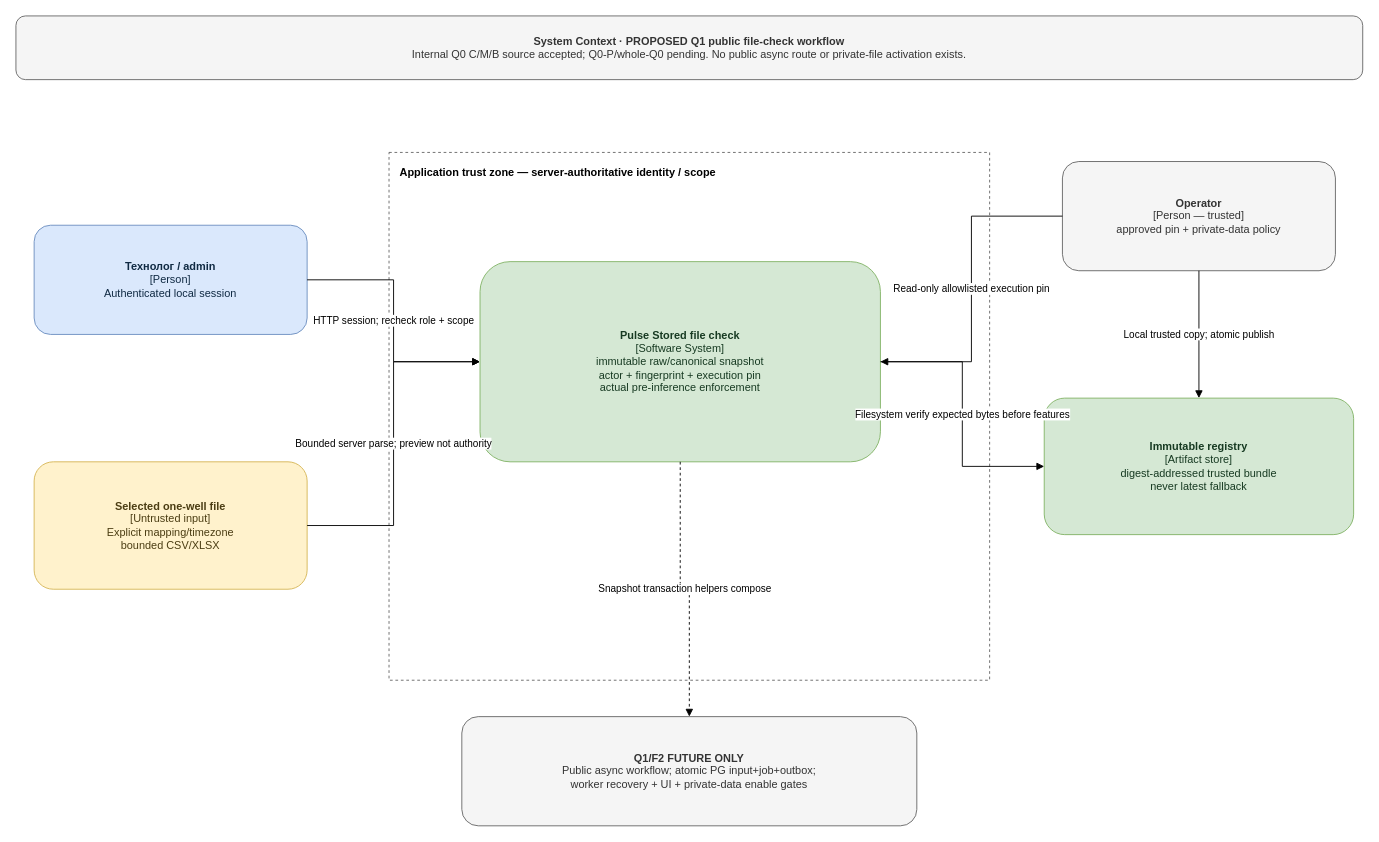
Earlier version of the draw.io diagram page "C1 Proposed — Q1 public workflow" (3 of 6) of docs/q0-artifact-pinning.drawio (effitech-pulse/pulse-backend). Source tidied: cells renumbered, new cells numbered last; positions are measured from the earlier drawing's top-left corner, leaving out a move shared by most shapes. Both pictures are drawn from the tidied source at 91%, with x=0, y=0 at pixel (15, 15).
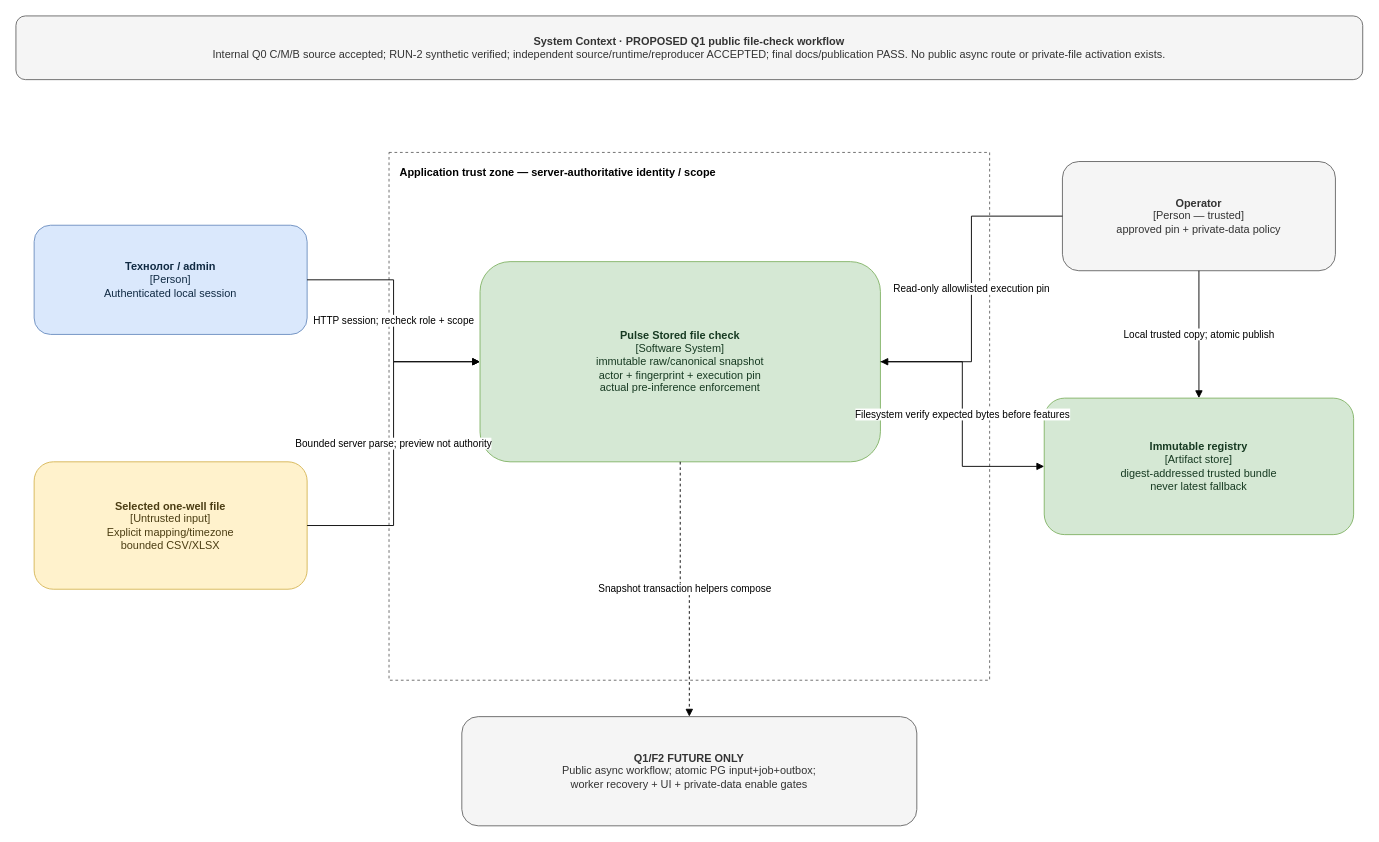
After the change.

What changed in the source:
```diff
@@
 <mxGraphModel>
   <root>
     <mxCell id="0" />
     <mxCell id="1" parent="0" />
-    <mxCell id="2" value="&lt;b&gt;System Context · PROPOSED Q1 public file-check workflow&lt;/b&gt;&lt;br&gt;Internal Q0 C/M/B source accepted; Q0-P/whole-Q0 pending. No public async route or private-file activation exists." style="rounded=1;whiteSpace=wrap;html=1;fillColor=#f5f5f5;strokeColor=#666666;fontColor=#333333;" parent="1" vertex="1">
+    <mxCell id="2" value="&lt;b&gt;System Context · PROPOSED Q1 public file-check workflow&lt;/b&gt;&lt;br&gt;Internal Q0 C/M/B source accepted; RUN-2 synthetic verified; independent source/runtime/reproducer ACCEPTED; final docs/publication PASS. No public async route or private-file activation exists." style="rounded=1;whiteSpace=wrap;html=1;fillColor=#f5f5f5;strokeColor=#666666;fontColor=#333333;" parent="1" vertex="1">
       <mxGeometry width="1480" height="70" as="geometry" />
     </mxCell>
     <mxCell id="3" value="Application trust zone — server-authoritative identity / scope" style="rounded=0;whiteSpace=wrap;html=1;fillColor=none;strokeColor=#666666;dashed=1;verticalAlign=top;align=left;fontStyle=1;spacingTop=8;spacingLeft=10;" parent="1" vertex="1">
       <mxGeometry x="410" y="150" width="660" height="580" as="geometry" />
     </mxCell>
     <mxCell id="4" value="&lt;b&gt;Технолог / admin&lt;/b&gt;&lt;br&gt;[Person]&lt;br&gt;Authenticated local session" style="rounded=1;whiteSpace=wrap;html=1;fillColor=#dae8fc;strokeColor=#6c8ebf;fontColor=#102a43;" parent="1" vertex="1">
       <mxGeometry x="20" y="230" width="300" height="120" as="geometry" />
     </mxCell>
     <mxCell id="5" value="&lt;b&gt;Selected one-well file&lt;/b&gt;&lt;br&gt;[Untrusted input]&lt;br&gt;Explicit mapping/timezone&lt;br&gt;bounded CSV/XLSX" style="rounded=1;whiteSpace=wrap;html=1;fillColor=#fff2cc;strokeColor=#d6b656;fontColor=#4b3d13;" parent="1" vertex="1">
       <mxGeometry x="20" y="490" width="300" height="140" as="geometry" />
     </mxCell>
     <mxCell id="6" value="&lt;b&gt;Pulse Stored file check&lt;/b&gt;&lt;br&gt;[Software System]&lt;br&gt;immutable raw/canonical snapshot&lt;br&gt;actor + fingerprint + execution pin&lt;br&gt;actual pre-inference enforcement" style="rounded=1;whiteSpace=wrap;html=1;fillColor=#d5e8d4;strokeColor=#82b366;fontColor=#173a22;" parent="1" vertex="1">
       <mxGeometry x="510" y="270" width="440" height="220" as="geometry" />
     </mxCell>
     <mxCell id="7" value="&lt;b&gt;Operator&lt;/b&gt;&lt;br&gt;[Person — trusted]&lt;br&gt;approved pin + private-data policy" style="rounded=1;whiteSpace=wrap;html=1;fillColor=#f5f5f5;strokeColor=#666666;fontColor=#333333;" parent="1" vertex="1">
       <mxGeometry x="1150" y="160" width="300" height="120" as="geometry" />
     </mxCell>
     <mxCell id="8" value="&lt;b&gt;Immutable registry&lt;/b&gt;&lt;br&gt;[Artifact store]&lt;br&gt;digest-addressed trusted bundle&lt;br&gt;never latest fallback" style="rounded=1;whiteSpace=wrap;html=1;fillColor=#d5e8d4;strokeColor=#82b366;fontColor=#173a22;" parent="1" vertex="1">
       <mxGeometry x="1130" y="420" width="340" height="150" as="geometry" />
     </mxCell>
     <mxCell id="9" value="&lt;b&gt;Q1/F2 FUTURE ONLY&lt;/b&gt;&lt;br&gt;Public async workflow; atomic PG input+job+outbox;&lt;br&gt;worker recovery + UI + private-data enable gates" style="rounded=1;whiteSpace=wrap;html=1;fillColor=#f5f5f5;strokeColor=#666666;fontColor=#333333;" parent="1" vertex="1">
       <mxGeometry x="490" y="770" width="500" height="120" as="geometry" />
     </mxCell>
     <mxCell id="10" value="HTTP session; recheck role + scope" style="edgeStyle=orthogonalEdgeStyle;rounded=0;html=1;endArrow=block;endFill=1;" parent="1" edge="1" source="4" target="6">
       <mxGeometry relative="1" as="geometry" />
     </mxCell>
     <mxCell id="11" value="Bounded server parse; preview not authority" style="edgeStyle=orthogonalEdgeStyle;rounded=0;html=1;endArrow=block;endFill=1;" parent="1" edge="1" source="5" target="6">
       <mxGeometry relative="1" as="geometry" />
     </mxCell>
     <mxCell id="12" value="Local trusted copy; atomic publish" style="edgeStyle=orthogonalEdgeStyle;rounded=0;html=1;endArrow=block;endFill=1;" parent="1" edge="1" source="7" target="8">
       <mxGeometry relative="1" as="geometry" />
     </mxCell>
     <mxCell id="13" value="Read-only allowlisted execution pin" style="edgeStyle=orthogonalEdgeStyle;rounded=0;html=1;endArrow=block;endFill=1;" parent="1" edge="1" source="7" target="6">
       <mxGeometry relative="1" as="geometry" />
     </mxCell>
     <mxCell id="14" value="Filesystem verify expected bytes before features" style="edgeStyle=orthogonalEdgeStyle;rounded=0;html=1;endArrow=block;endFill=1;" parent="1" edge="1" source="6" target="8">
       <mxGeometry relative="1" as="geometry" />
     </mxCell>
     <mxCell id="15" value="Snapshot transaction helpers compose" style="edgeStyle=orthogonalEdgeStyle;rounded=0;html=1;endArrow=block;endFill=1;dashed=1;" parent="1" edge="1" source="6" target="9">
       <mxGeometry relative="1" as="geometry" />
     </mxCell>
   </root>
 </mxGraphModel>
```
